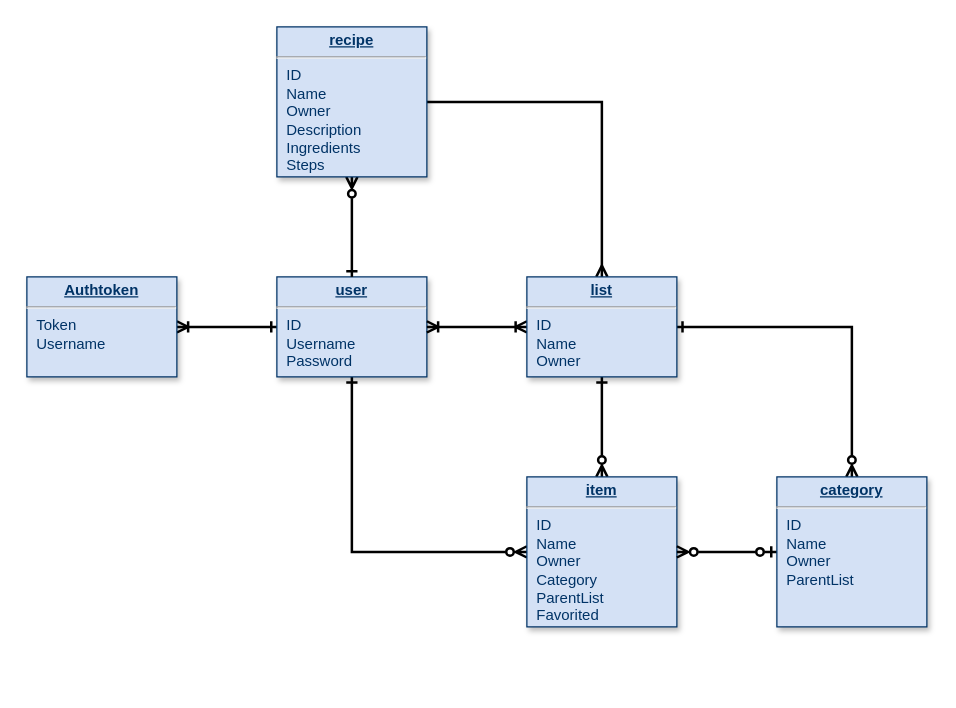
Before: db/dbDiagram.drawio in JacksonSahleen/FamilyListServer, a draw.io diagram. Source tidied: cells renumbered, new cells numbered last; positions are measured from the earlier drawing's top-left corner, leaving out a move shared by most shapes. Both pictures are drawn from the tidied source at 125%, with x=0, y=0 at pixel (26, 26).
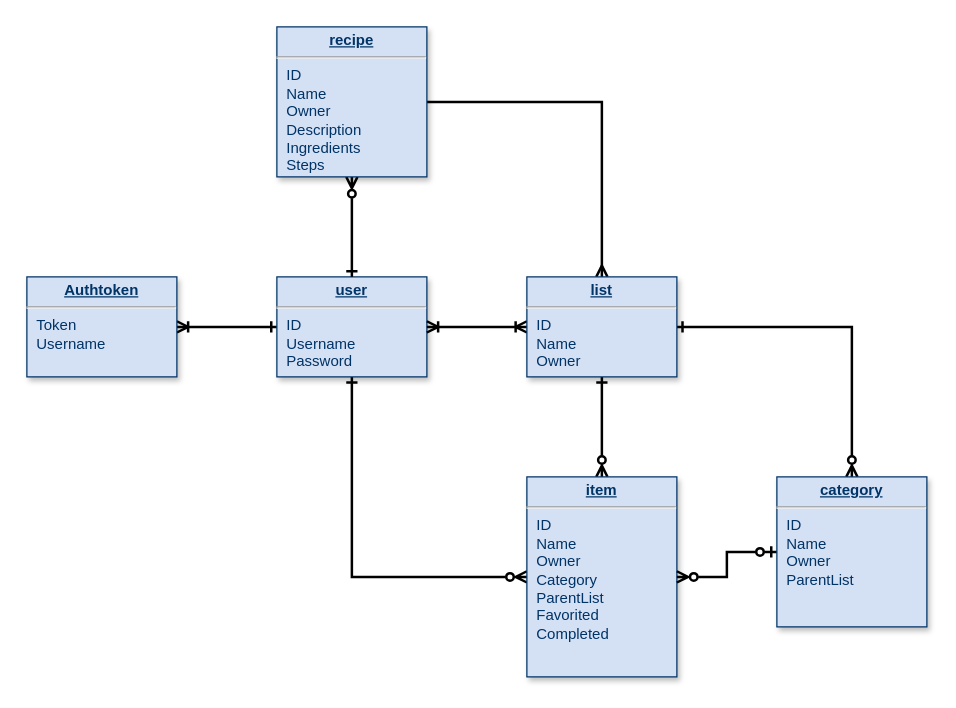
After the change.

Diff of the diagram source:
```diff
@@
 <mxGraphModel>
   <root>
     <mxCell id="0" />
     <mxCell id="1" parent="0" />
     <mxCell id="2" style="edgeStyle=orthogonalEdgeStyle;rounded=0;jettySize=auto;html=1;endArrow=ERzeroToMany;endFill=0;startArrow=ERone;startFill=0;strokeWidth=2;entryX=0;entryY=0.5;entryDx=0;entryDy=0;exitX=0.5;exitY=1;exitDx=0;exitDy=0;" parent="1" edge="1" source="4" target="6">
       <mxGeometry relative="1" as="geometry" />
     </mxCell>
     <mxCell id="3" style="edgeStyle=orthogonalEdgeStyle;rounded=0;jettySize=auto;html=1;endArrow=ERoneToMany;endFill=0;startArrow=ERone;startFill=0;strokeWidth=2;" parent="1" edge="1" source="4" target="15">
       <mxGeometry relative="1" as="geometry" />
     </mxCell>
     <mxCell id="4" value="&lt;p style=&quot;margin: 0px; margin-top: 4px; text-align: center; text-decoration: underline;&quot;&gt;&lt;strong&gt;user&lt;/strong&gt;&lt;/p&gt;&lt;hr&gt;&lt;p style=&quot;margin: 0px; margin-left: 8px;&quot;&gt;&lt;span style=&quot;background-color: initial;&quot;&gt;ID&lt;/span&gt;&lt;/p&gt;&lt;p style=&quot;margin: 0px; margin-left: 8px;&quot;&gt;&lt;span style=&quot;background-color: initial;&quot;&gt;Username&lt;/span&gt;&lt;br&gt;&lt;/p&gt;&lt;p style=&quot;margin: 0px; margin-left: 8px;&quot;&gt;Password&lt;/p&gt;" style="verticalAlign=top;align=left;overflow=fill;fontSize=12;fontFamily=Helvetica;html=1;strokeColor=#003366;shadow=1;fillColor=#D4E1F5;fontColor=#003366;" parent="1" vertex="1">
       <mxGeometry x="200" y="200" width="120" height="80" as="geometry" />
     </mxCell>
     <mxCell id="5" style="edgeStyle=orthogonalEdgeStyle;rounded=0;jettySize=auto;html=1;fontFamily=Helvetica;fontSize=12;fontColor=#003366;startArrow=ERzeroToMany;startFill=0;endArrow=ERone;endFill=0;strokeWidth=2;" parent="1" edge="1" source="6" target="12">
       <mxGeometry relative="1" as="geometry" />
     </mxCell>
-    <mxCell id="6" value="&lt;p style=&quot;margin: 0px; margin-top: 4px; text-align: center; text-decoration: underline;&quot;&gt;&lt;strong&gt;item&lt;/strong&gt;&lt;/p&gt;&lt;hr&gt;&lt;p style=&quot;margin: 0px; margin-left: 8px;&quot;&gt;&lt;span style=&quot;background-color: initial;&quot;&gt;ID&lt;/span&gt;&lt;/p&gt;&lt;p style=&quot;margin: 0px; margin-left: 8px;&quot;&gt;&lt;span style=&quot;background-color: initial;&quot;&gt;Name&lt;/span&gt;&lt;br&gt;&lt;/p&gt;&lt;p style=&quot;margin: 0px; margin-left: 8px;&quot;&gt;&lt;span style=&quot;background-color: initial;&quot;&gt;Owner&lt;/span&gt;&lt;/p&gt;&lt;p style=&quot;margin: 0px; margin-left: 8px;&quot;&gt;Category&lt;/p&gt;&lt;p style=&quot;margin: 0px; margin-left: 8px;&quot;&gt;ParentList&lt;/p&gt;&lt;p style=&quot;margin: 0px; margin-left: 8px;&quot;&gt;Favorited&lt;/p&gt;" style="verticalAlign=top;align=left;overflow=fill;fontSize=12;fontFamily=Helvetica;html=1;strokeColor=#003366;shadow=1;fillColor=#D4E1F5;fontColor=#003366;" parent="1" vertex="1">
-      <mxGeometry x="400" y="360" width="120" height="120" as="geometry" />
+    <mxCell id="6" value="&lt;p style=&quot;margin: 0px; margin-top: 4px; text-align: center; text-decoration: underline;&quot;&gt;&lt;strong&gt;item&lt;/strong&gt;&lt;/p&gt;&lt;hr&gt;&lt;p style=&quot;margin: 0px; margin-left: 8px;&quot;&gt;&lt;span style=&quot;background-color: initial;&quot;&gt;ID&lt;/span&gt;&lt;/p&gt;&lt;p style=&quot;margin: 0px; margin-left: 8px;&quot;&gt;&lt;span style=&quot;background-color: initial;&quot;&gt;Name&lt;/span&gt;&lt;br&gt;&lt;/p&gt;&lt;p style=&quot;margin: 0px; margin-left: 8px;&quot;&gt;&lt;span style=&quot;background-color: initial;&quot;&gt;Owner&lt;/span&gt;&lt;/p&gt;&lt;p style=&quot;margin: 0px; margin-left: 8px;&quot;&gt;Category&lt;/p&gt;&lt;p style=&quot;margin: 0px; margin-left: 8px;&quot;&gt;ParentList&lt;/p&gt;&lt;p style=&quot;margin: 0px; margin-left: 8px;&quot;&gt;Favorited&lt;/p&gt;&lt;p style=&quot;margin: 0px; margin-left: 8px;&quot;&gt;Completed&lt;/p&gt;" style="verticalAlign=top;align=left;overflow=fill;fontSize=12;fontFamily=Helvetica;html=1;strokeColor=#003366;shadow=1;fillColor=#D4E1F5;fontColor=#003366;" parent="1" vertex="1">
+      <mxGeometry x="400" y="360" width="120" height="160" as="geometry" />
     </mxCell>
     <mxCell id="7" style="edgeStyle=orthogonalEdgeStyle;rounded=0;jettySize=auto;html=1;fontFamily=Helvetica;fontSize=12;fontColor=#003366;startArrow=ERzeroToOne;startFill=0;endArrow=ERzeroToMany;endFill=0;strokeWidth=2;" parent="1" edge="1" source="9" target="6">
       <mxGeometry relative="1" as="geometry" />
     </mxCell>
     <mxCell id="8" style="edgeStyle=orthogonalEdgeStyle;rounded=0;jettySize=auto;html=1;entryX=1;entryY=0.5;entryDx=0;entryDy=0;exitX=0.5;exitY=0;exitDx=0;exitDy=0;startArrow=ERzeroToMany;startFill=0;endArrow=ERone;endFill=0;strokeWidth=2;" parent="1" edge="1" source="9" target="12">
       <mxGeometry relative="1" as="geometry" />
     </mxCell>
     <mxCell id="9" value="&lt;p style=&quot;margin: 0px; margin-top: 4px; text-align: center; text-decoration: underline;&quot;&gt;&lt;b&gt;category&lt;/b&gt;&lt;/p&gt;&lt;hr&gt;&lt;p style=&quot;margin: 0px; margin-left: 8px;&quot;&gt;ID&lt;/p&gt;&lt;p style=&quot;margin: 0px; margin-left: 8px;&quot;&gt;&lt;span style=&quot;background-color: initial;&quot;&gt;Name&lt;/span&gt;&lt;/p&gt;&lt;p style=&quot;margin: 0px; margin-left: 8px;&quot;&gt;&lt;span style=&quot;background-color: initial;&quot;&gt;Owner&lt;/span&gt;&lt;/p&gt;&lt;p style=&quot;margin: 0px; margin-left: 8px;&quot;&gt;&lt;span style=&quot;background-color: initial;&quot;&gt;ParentList&lt;/span&gt;&lt;br&gt;&lt;/p&gt;" style="verticalAlign=top;align=left;overflow=fill;fontSize=12;fontFamily=Helvetica;html=1;strokeColor=#003366;shadow=1;fillColor=#D4E1F5;fontColor=#003366;" parent="1" vertex="1">
       <mxGeometry x="600" y="360" width="120" height="120" as="geometry" />
     </mxCell>
     <mxCell id="10" style="edgeStyle=orthogonalEdgeStyle;rounded=0;jettySize=auto;html=1;strokeWidth=2;startArrow=ERmany;startFill=0;endArrow=none;endFill=0;exitX=0.5;exitY=0;exitDx=0;exitDy=0;entryX=1;entryY=0.5;entryDx=0;entryDy=0;" parent="1" edge="1" source="12" target="14">
       <mxGeometry relative="1" as="geometry">
         <Array as="points">
           <mxPoint x="460" y="60" />
         </Array>
       </mxGeometry>
     </mxCell>
     <mxCell id="11" style="edgeStyle=orthogonalEdgeStyle;rounded=0;jettySize=auto;html=1;strokeWidth=2;endArrow=ERoneToMany;endFill=0;startArrow=ERoneToMany;startFill=0;" parent="1" edge="1" source="12" target="4">
       <mxGeometry relative="1" as="geometry" />
     </mxCell>
     <mxCell id="12" value="&lt;p style=&quot;margin: 0px; margin-top: 4px; text-align: center; text-decoration: underline;&quot;&gt;&lt;b&gt;list&lt;/b&gt;&lt;/p&gt;&lt;hr&gt;&lt;p style=&quot;margin: 0px; margin-left: 8px;&quot;&gt;ID&lt;/p&gt;&lt;p style=&quot;margin: 0px; margin-left: 8px;&quot;&gt;Name&lt;/p&gt;&lt;p style=&quot;margin: 0px; margin-left: 8px;&quot;&gt;Owner&lt;/p&gt;" style="verticalAlign=top;align=left;overflow=fill;fontSize=12;fontFamily=Helvetica;html=1;strokeColor=#003366;shadow=1;fillColor=#D4E1F5;fontColor=#003366;" parent="1" vertex="1">
       <mxGeometry x="400" y="200" width="120" height="80" as="geometry" />
     </mxCell>
     <mxCell id="13" style="edgeStyle=orthogonalEdgeStyle;rounded=0;jettySize=auto;html=1;strokeWidth=2;endArrow=ERone;endFill=0;startArrow=ERzeroToMany;startFill=0;" parent="1" edge="1" source="14" target="4">
       <mxGeometry relative="1" as="geometry" />
     </mxCell>
     <mxCell id="14" value="&lt;p style=&quot;margin: 0px; margin-top: 4px; text-align: center; text-decoration: underline;&quot;&gt;&lt;strong&gt;recipe&lt;/strong&gt;&lt;/p&gt;&lt;hr&gt;&lt;p style=&quot;margin: 0px; margin-left: 8px;&quot;&gt;&lt;span style=&quot;background-color: initial;&quot;&gt;ID&lt;/span&gt;&lt;/p&gt;&lt;p style=&quot;margin: 0px; margin-left: 8px;&quot;&gt;&lt;span style=&quot;background-color: initial;&quot;&gt;Name&lt;/span&gt;&lt;br&gt;&lt;/p&gt;&lt;p style=&quot;margin: 0px; margin-left: 8px;&quot;&gt;&lt;span style=&quot;background-color: initial;&quot;&gt;Owner&lt;/span&gt;&lt;/p&gt;&lt;p style=&quot;margin: 0px; margin-left: 8px;&quot;&gt;Description&lt;/p&gt;&lt;p style=&quot;margin: 0px; margin-left: 8px;&quot;&gt;&lt;span style=&quot;background-color: initial;&quot;&gt;Ingredients&lt;/span&gt;&lt;br&gt;&lt;/p&gt;&lt;p style=&quot;margin: 0px; margin-left: 8px;&quot;&gt;Steps&lt;/p&gt;" style="verticalAlign=top;align=left;overflow=fill;fontSize=12;fontFamily=Helvetica;html=1;strokeColor=#003366;shadow=1;fillColor=#D4E1F5;fontColor=#003366;" parent="1" vertex="1">
       <mxGeometry x="200" width="120" height="120" as="geometry" />
     </mxCell>
     <mxCell id="15" value="&lt;p style=&quot;margin: 0px; margin-top: 4px; text-align: center; text-decoration: underline;&quot;&gt;&lt;b&gt;Authtoken&lt;/b&gt;&lt;/p&gt;&lt;hr&gt;&lt;p style=&quot;margin: 0px; margin-left: 8px;&quot;&gt;Token&lt;/p&gt;&lt;p style=&quot;margin: 0px; margin-left: 8px;&quot;&gt;Username&lt;/p&gt;" style="verticalAlign=top;align=left;overflow=fill;fontSize=12;fontFamily=Helvetica;html=1;strokeColor=#003366;shadow=1;fillColor=#D4E1F5;fontColor=#003366;" parent="1" vertex="1">
       <mxGeometry y="200" width="120" height="80" as="geometry" />
     </mxCell>
   </root>
 </mxGraphModel>
```
